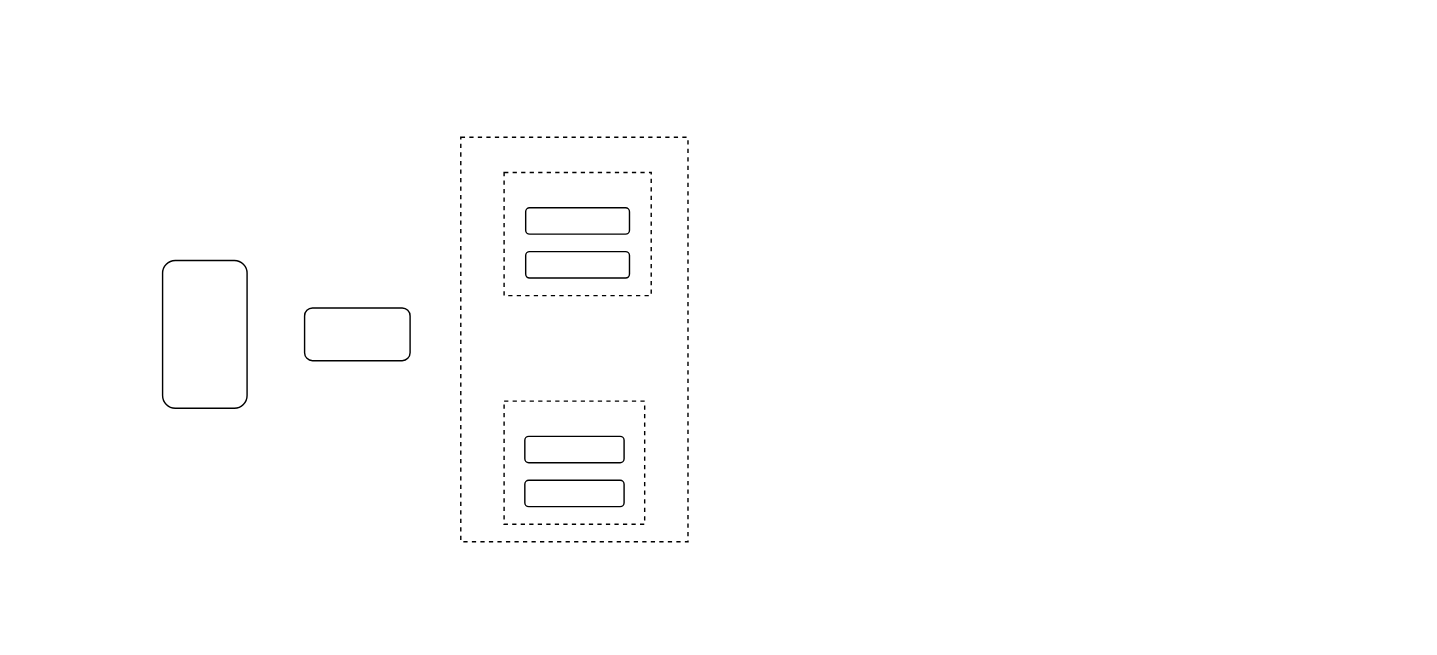
This is Untitled Diagram.drawio from kottapar/blue-green, a draw.io file, before an edit. Source tidied: cells renumbered, new cells numbered last; positions are measured from the earlier drawing's top-left corner, leaving out a move shared by most shapes. Both pictures are drawn from the tidied source at 142%, with x=0, y=0 at pixel (162, 136). Pictures stored in the file or linked from it are replaced by grey dashed boxes.
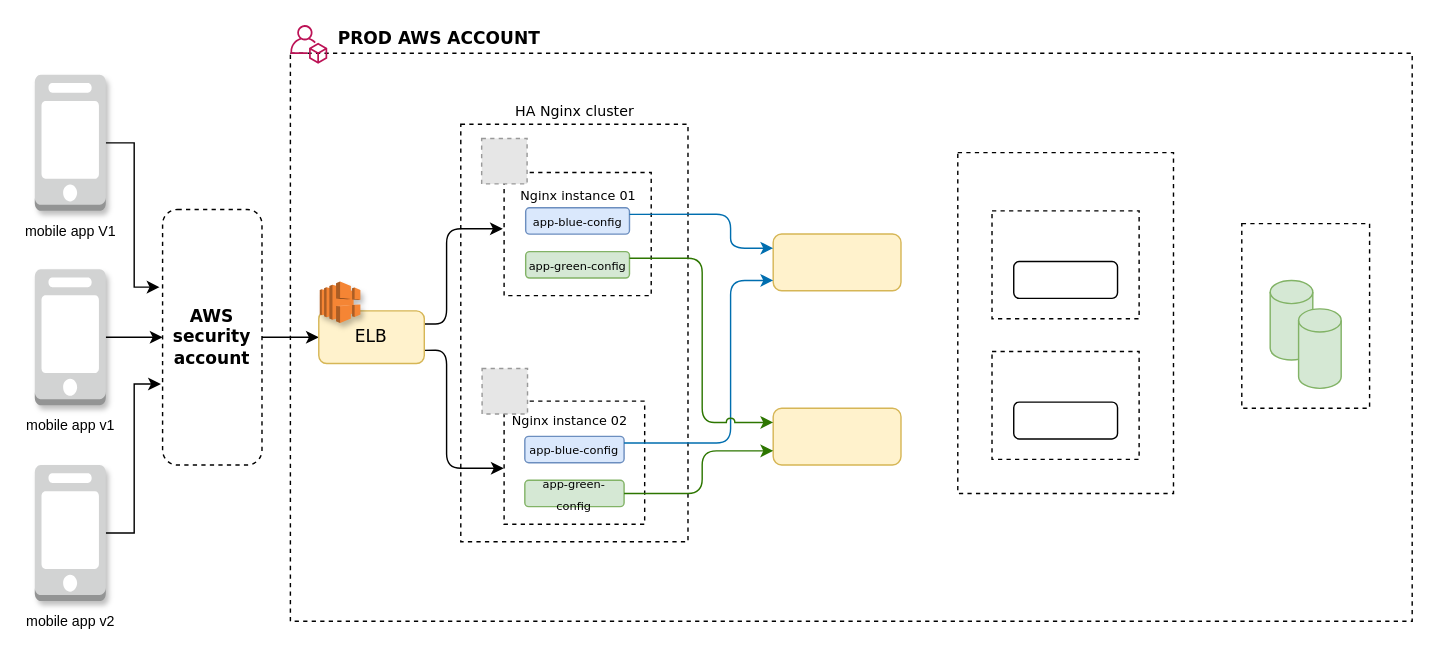
Above is the later version.

The change refers to these unchanged cells:
```xml
<mxCell id="4" style="group;" parent="1" vertex="1">
  <mxGeometry x="240.5" y="186" width="99" height="86.7" as="geometry" />
</mxCell>
<mxCell id="5" style="rounded=0;whiteSpace=wrap;html=1;dashed=1;strokeWidth=1;perimeterSpacing=0;fillColor=none;" parent="4" vertex="1">
  <mxGeometry width="99" height="86.7" as="geometry" />
</mxCell>
```

What changed in the source:
```diff
@@
+    <mxCell id="12" style="rounded=0;whiteSpace=wrap;html=1;dashed=1;strokeWidth=1;fillColor=none;" parent="1" vertex="1">
+      <mxGeometry x="560" y="11" width="151.9" height="240" as="geometry" />
+    </mxCell>
+    <mxCell id="11" style="rounded=0;whiteSpace=wrap;html=1;dashed=1;strokeWidth=1;fillColor=none;" parent="1" vertex="1">
+      <mxGeometry x="210" y="-9" width="160" height="294" as="geometry" />
+    </mxCell>
+    <mxCell id="13" style="edgeStyle=orthogonalEdgeStyle;rounded=0;jettySize=auto;html=1;" parent="1" edge="1" source="2" target="3">
+      <mxGeometry relative="1" as="geometry" />
+    </mxCell>
-    <mxCell id="2" style="rounded=1;whiteSpace=wrap;html=1;" parent="1" vertex="1">
-      <mxGeometry y="86.9" width="59.5" height="104.1" as="geometry" />
+    <mxCell id="2" value="&lt;font face=&quot;Verdana&quot;&gt;&lt;b&gt;AWS security account&lt;br&gt;&lt;/b&gt;&lt;/font&gt;" style="rounded=1;whiteSpace=wrap;html=1;dashed=1;" parent="1" vertex="1">
+      <mxGeometry y="51" width="70" height="180" as="geometry" />
     </mxCell>
+    <mxCell id="14" style="edgeStyle=orthogonalEdgeStyle;jettySize=auto;html=1;entryX=-0.009;entryY=0.457;entryDx=0;entryDy=0;entryPerimeter=0;exitX=1;exitY=0.25;exitDx=0;exitDy=0;rounded=1;" parent="1" edge="1" source="3" target="8">
+      <mxGeometry relative="1" as="geometry">
+        <Array as="points">
+          <mxPoint x="200" y="132" />
+          <mxPoint x="200" y="65" />
+        </Array>
+      </mxGeometry>
+    </mxCell>
+    <mxCell id="15" style="edgeStyle=orthogonalEdgeStyle;rounded=1;jettySize=auto;html=1;exitX=1;exitY=0.75;exitDx=0;exitDy=0;entryX=-0.003;entryY=0.545;entryDx=0;entryDy=0;entryPerimeter=0;" parent="1" edge="1" source="3" target="5">
+      <mxGeometry relative="1" as="geometry">
+        <Array as="points">
+          <mxPoint x="200" y="150" />
+          <mxPoint x="200" y="233" />
+        </Array>
+      </mxGeometry>
+    </mxCell>
-    <mxCell id="3" style="rounded=1;whiteSpace=wrap;html=1;" parent="1" vertex="1">
-      <mxGeometry x="100" y="120.4" width="74.3" height="37.1" as="geometry" />
+    <mxCell id="3" value="&lt;font face=&quot;Verdana&quot;&gt;ELB&lt;/font&gt;" style="rounded=1;whiteSpace=wrap;html=1;fillColor=#fff2cc;strokeColor=#d6b656;" parent="1" vertex="1">
+      <mxGeometry x="110" y="122.4" width="74.3" height="37.1" as="geometry" />
     </mxCell>
@@
-    <mxCell id="6" style="rounded=1;whiteSpace=wrap;html=1;" parent="4" vertex="1">
+    <mxCell id="6" value="&lt;font style=&quot;font-size: 8px&quot; face=&quot;Verdana&quot;&gt;app-blue-config&lt;/font&gt;" style="rounded=1;whiteSpace=wrap;html=1;fillColor=#dae8fc;strokeColor=#6c8ebf;" parent="4" vertex="1">
       <mxGeometry x="14.6" y="24.8" width="69.9" height="18.6" as="geometry" />
     </mxCell>
-    <mxCell id="7" style="rounded=1;whiteSpace=wrap;html=1;" parent="4" vertex="1">
+    <mxCell id="7" value="&lt;font style=&quot;font-size: 8px&quot; face=&quot;Verdana&quot;&gt;app-green-config&lt;/font&gt;" style="rounded=1;whiteSpace=wrap;html=1;fillColor=#d5e8d4;strokeColor=#82b366;" parent="4" vertex="1">
       <mxGeometry x="14.6" y="55.7" width="69.9" height="18.6" as="geometry" />
     </mxCell>
+    <mxCell id="16" style="rounded=1;whiteSpace=wrap;html=1;fillColor=#fff2cc;strokeColor=#d6b656;" parent="1" vertex="1">
+      <mxGeometry x="430" y="68.3" width="90" height="40" as="geometry" />
+    </mxCell>
+    <mxCell id="17" style="rounded=1;whiteSpace=wrap;html=1;fillColor=#fff2cc;strokeColor=#d6b656;glass=0;shadow=0;" parent="1" vertex="1">
+      <mxGeometry x="430" y="191" width="90" height="40" as="geometry" />
+    </mxCell>
+    <mxCell id="18" style="rounded=0;whiteSpace=wrap;html=1;dashed=1;strokeWidth=1;perimeterSpacing=0;fillColor=none;" parent="1" vertex="1">
+      <mxGeometry x="584.1" y="52" width="103.6" height="76" as="geometry" />
+    </mxCell>
+    <mxCell id="19" style="rounded=1;whiteSpace=wrap;html=1;" parent="1" vertex="1">
+      <mxGeometry x="599.4" y="87.7" width="73.1" height="25.9" as="geometry" />
+    </mxCell>
+    <mxCell id="20" style="rounded=0;whiteSpace=wrap;html=1;dashed=1;strokeWidth=1;perimeterSpacing=0;fillColor=none;" parent="1" vertex="1">
+      <mxGeometry x="584.1" y="151" width="103.6" height="76" as="geometry" />
+    </mxCell>
+    <mxCell id="21" style="rounded=1;whiteSpace=wrap;html=1;" parent="1" vertex="1">
+      <mxGeometry x="599.4" y="186.7" width="73.1" height="25.9" as="geometry" />
+    </mxCell>
+    <mxCell id="22" style="rounded=0;whiteSpace=wrap;html=1;dashed=1;strokeWidth=1;perimeterSpacing=0;fillColor=none;" parent="1" vertex="1">
+      <mxGeometry x="760" y="61" width="90" height="130" as="geometry" />
+    </mxCell>
+    <mxCell id="23" style="group;" parent="1" vertex="1">
+      <mxGeometry x="780" y="101" width="50" height="76" as="geometry" />
+    </mxCell>
+    <mxCell id="24" style="shape=cylinder3;whiteSpace=wrap;html=1;boundedLbl=1;backgroundOutline=1;size=8.166666666666686;strokeWidth=1;fillColor=#d5e8d4;strokeColor=#82b366;" parent="23" vertex="1">
+      <mxGeometry width="30" height="56" as="geometry" />
+    </mxCell>
+    <mxCell id="25" style="shape=cylinder3;whiteSpace=wrap;html=1;boundedLbl=1;backgroundOutline=1;size=8.166666666666686;strokeWidth=1;fillColor=#d5e8d4;strokeColor=#82b366;" parent="23" vertex="1">
+      <mxGeometry x="20" y="20" width="30" height="56" as="geometry" />
+    </mxCell>
+    <mxCell id="26" style="edgeStyle=orthogonalEdgeStyle;rounded=0;jettySize=auto;html=1;entryX=-0.031;entryY=0.304;entryDx=0;entryDy=0;entryPerimeter=0;" parent="1" edge="1" source="27" target="2">
+      <mxGeometry relative="1" as="geometry" />
+    </mxCell>
+    <mxCell id="27" value="&lt;font style=&quot;font-size: 10px&quot;&gt;mobile app V1&lt;/font&gt;" style="outlineConnect=0;dashed=0;verticalLabelPosition=bottom;verticalAlign=top;align=center;html=1;shape=mxgraph.aws3.mobile_client;fillColor=#D2D3D3;gradientColor=none;shadow=1;glass=1;sketch=0;strokeWidth=1;" parent="1" vertex="1">
+      <mxGeometry x="-90" y="-43.8" width="50" height="95.8" as="geometry" />
+    </mxCell>
+    <mxCell id="28" style="edgeStyle=orthogonalEdgeStyle;rounded=0;jettySize=auto;html=1;" parent="1" edge="1" source="29" target="2">
+      <mxGeometry relative="1" as="geometry" />
+    </mxCell>
+    <mxCell id="29" value="&lt;font size=&quot;1&quot;&gt;mobile app v1&lt;br&gt;&lt;/font&gt;" style="outlineConnect=0;dashed=0;verticalLabelPosition=bottom;verticalAlign=top;align=center;html=1;shape=mxgraph.aws3.mobile_client;fillColor=#D2D3D3;gradientColor=none;shadow=1;glass=1;sketch=0;strokeWidth=1;" parent="1" vertex="1">
+      <mxGeometry x="-90" y="93.1" width="50" height="95.8" as="geometry" />
+    </mxCell>
+    <mxCell id="30" style="edgeStyle=orthogonalEdgeStyle;rounded=0;jettySize=auto;html=1;entryX=-0.017;entryY=0.683;entryDx=0;entryDy=0;entryPerimeter=0;" parent="1" edge="1" source="31" target="2">
+      <mxGeometry relative="1" as="geometry" />
+    </mxCell>
+    <mxCell id="31" value="&lt;font style=&quot;font-size: 10px&quot;&gt;mobile app v2&lt;br&gt;&lt;/font&gt;" style="outlineConnect=0;dashed=0;verticalLabelPosition=bottom;verticalAlign=top;align=center;html=1;shape=mxgraph.aws3.mobile_client;fillColor=#D2D3D3;gradientColor=none;shadow=1;glass=1;sketch=0;strokeWidth=1;" parent="1" vertex="1">
+      <mxGeometry x="-90" y="231" width="50" height="95.8" as="geometry" />
+    </mxCell>
+    <mxCell id="32" style="dashed=0;verticalLabelPosition=bottom;verticalAlign=top;align=center;html=1;shape=mxgraph.aws3.elastic_load_balancing;fillColor=#F58534;gradientColor=none;shadow=1;glass=1;sketch=0;strokeWidth=1;" parent="1" vertex="1">
+      <mxGeometry x="110.7" y="101.7" width="28.6" height="29.3" as="geometry" />
+    </mxCell>
+    <mxCell id="33" value="&lt;font style=&quot;font-size: 9px&quot; face=&quot;Verdana&quot;&gt;Nginx instance 02&lt;/font&gt;" style="text;html=1;strokeColor=none;fillColor=none;align=center;verticalAlign=middle;whiteSpace=wrap;rounded=0;shadow=1;glass=1;dashed=1;sketch=0;" parent="1" vertex="1">
+      <mxGeometry x="235.2" y="188.9" width="104.3" height="20" as="geometry" />
+    </mxCell>
+    <mxCell id="34" style="group;" parent="1" vertex="1">
+      <mxGeometry x="223.7" y="11" width="121.1" height="100.7" as="geometry" />
+    </mxCell>
-    <mxCell id="8" style="rounded=0;whiteSpace=wrap;html=1;dashed=1;strokeWidth=1;perimeterSpacing=0;fillColor=none;" parent="1" vertex="1">
-      <mxGeometry x="240.5" y="25" width="103.6" height="86.7" as="geometry" />
+    <mxCell id="8" style="rounded=0;whiteSpace=wrap;html=1;dashed=1;strokeWidth=1;perimeterSpacing=0;fillColor=none;" parent="34" vertex="1">
+      <mxGeometry x="16.8" y="14" width="103.6" height="86.7" as="geometry" />
     </mxCell>
-    <mxCell id="9" style="rounded=1;whiteSpace=wrap;html=1;" parent="1" vertex="1">
-      <mxGeometry x="255.7" y="49.8" width="73.1" height="18.6" as="geometry" />
+    <mxCell id="9" value="&lt;font style=&quot;font-size: 8px&quot; face=&quot;Verdana&quot;&gt;app-blue-config&lt;/font&gt;" style="rounded=1;whiteSpace=wrap;html=1;fillColor=#dae8fc;strokeColor=#6c8ebf;" parent="34" vertex="1">
+      <mxGeometry x="32" y="38.8" width="73.1" height="18.6" as="geometry" />
     </mxCell>
-    <mxCell id="10" style="rounded=1;whiteSpace=wrap;html=1;" parent="1" vertex="1">
-      <mxGeometry x="255.7" y="80.7" width="73.1" height="18.6" as="geometry" />
+    <mxCell id="10" value="&lt;font style=&quot;font-size: 8px&quot; face=&quot;Verdana&quot;&gt;app-green-config&lt;/font&gt;" style="rounded=1;whiteSpace=wrap;html=1;fillColor=#d5e8d4;strokeColor=#82b366;" parent="34" vertex="1">
+      <mxGeometry x="32" y="69.7" width="73.1" height="18.6" as="geometry" />
     </mxCell>
-    <mxCell id="11" style="rounded=0;whiteSpace=wrap;html=1;dashed=1;strokeWidth=1;fillColor=none;" parent="1" vertex="1">
-      <mxGeometry x="210" y="0.2" width="160" height="284.8" as="geometry" />
-    </mxCell>
+    <mxCell id="35" style="fillColor=#E6E6E6;strokeColor=#999999;dashed=1;html=1;verticalAlign=top;verticalLabelPosition=bottom;labelBackgroundColor=#ffffff;" parent="34" vertex="1">
+      <mxGeometry x="1" y="-10" width="32" height="32" as="geometry" />
+    </mxCell>
+    <mxCell id="36" value="&lt;font style=&quot;font-size: 9px&quot; face=&quot;Verdana&quot;&gt;Nginx instance 01&lt;/font&gt;" style="text;html=1;strokeColor=none;fillColor=none;align=center;verticalAlign=middle;whiteSpace=wrap;rounded=0;shadow=1;glass=1;dashed=1;sketch=0;" parent="34" vertex="1">
+      <mxGeometry x="16.8" y="20" width="104.3" height="20" as="geometry" />
+    </mxCell>
+    <mxCell id="37" value="&lt;font style=&quot;font-size: 10px&quot; face=&quot;Verdana&quot;&gt;HA Nginx cluster&lt;br&gt;&lt;/font&gt;" style="text;html=1;strokeColor=none;fillColor=none;align=center;verticalAlign=middle;whiteSpace=wrap;rounded=0;shadow=1;glass=1;dashed=1;sketch=0;" parent="1" vertex="1">
+      <mxGeometry x="237.6" y="-28" width="104.8" height="20" as="geometry" />
+    </mxCell>
+    <mxCell id="38" style="fillColor=#E6E6E6;strokeColor=#999999;dashed=1;html=1;verticalAlign=top;verticalLabelPosition=bottom;labelBackgroundColor=#ffffff;" parent="1" vertex="1">
+      <mxGeometry x="225" y="163" width="32" height="32" as="geometry" />
+    </mxCell>
+    <mxCell id="39" style="edgeStyle=orthogonalEdgeStyle;rounded=1;jettySize=auto;html=1;exitX=1;exitY=0.25;exitDx=0;exitDy=0;entryX=0;entryY=0.25;entryDx=0;entryDy=0;fillColor=#1ba1e2;strokeColor=#006EAF;jumpStyle=none;" parent="1" edge="1" source="9" target="16">
+      <mxGeometry relative="1" as="geometry">
+        <Array as="points">
+          <mxPoint x="400" y="54" />
+          <mxPoint x="400" y="78" />
+        </Array>
+      </mxGeometry>
+    </mxCell>
+    <mxCell id="40" style="edgeStyle=orthogonalEdgeStyle;rounded=1;jettySize=auto;html=1;exitX=1;exitY=0.25;exitDx=0;exitDy=0;jumpStyle=arc;fillColor=#1ba1e2;strokeColor=#006EAF;" parent="1" edge="1" source="6">
+      <mxGeometry relative="1" as="geometry">
+        <mxPoint x="430" y="101" as="targetPoint" />
+        <Array as="points">
+          <mxPoint x="400" y="215" />
+          <mxPoint x="400" y="101" />
+          <mxPoint x="430" y="101" />
+        </Array>
+      </mxGeometry>
+    </mxCell>
+    <mxCell id="41" style="edgeStyle=orthogonalEdgeStyle;rounded=1;jettySize=auto;html=1;exitX=1;exitY=0.25;exitDx=0;exitDy=0;entryX=0;entryY=0.25;entryDx=0;entryDy=0;jumpStyle=arc;fillColor=#60a917;strokeColor=#2D7600;" parent="1" edge="1" source="10" target="17">
+      <mxGeometry relative="1" as="geometry">
+        <Array as="points">
+          <mxPoint x="380" y="85" />
+          <mxPoint x="380" y="201" />
+        </Array>
+      </mxGeometry>
+    </mxCell>
+    <mxCell id="42" style="edgeStyle=orthogonalEdgeStyle;rounded=1;jettySize=auto;html=1;exitX=1;exitY=0.5;exitDx=0;exitDy=0;entryX=0;entryY=0.75;entryDx=0;entryDy=0;fillColor=#60a917;strokeColor=#2D7600;" parent="1" edge="1" source="7" target="17">
+      <mxGeometry relative="1" as="geometry">
+        <Array as="points">
+          <mxPoint x="380" y="251" />
+          <mxPoint x="380" y="221" />
+        </Array>
+      </mxGeometry>
+    </mxCell>
+    <mxCell id="43" style="rounded=0;whiteSpace=wrap;html=1;shadow=0;glass=0;dashed=1;sketch=0;strokeWidth=1;fillColor=none;" parent="1" vertex="1">
+      <mxGeometry x="90" y="-59" width="790" height="400" as="geometry" />
+    </mxCell>
+    <mxCell id="44" value="&lt;div align=&quot;center&quot;&gt;&lt;b&gt;&lt;font face=&quot;Verdana&quot;&gt;PROD AWS ACCOUNT&lt;/font&gt;&lt;/b&gt;&lt;/div&gt;" style="text;html=1;strokeColor=none;fillColor=none;align=center;verticalAlign=middle;whiteSpace=wrap;rounded=0;shadow=0;glass=0;dashed=1;sketch=0;" parent="1" vertex="1">
+      <mxGeometry x="120" y="-79" width="150" height="20" as="geometry" />
+    </mxCell>
+    <mxCell id="45" style="fontColor=#232F3E;gradientColor=none;fillColor=#BC1356;strokeColor=none;dashed=0;verticalLabelPosition=bottom;verticalAlign=top;align=center;html=1;fontSize=12;fontStyle=0;shape=mxgraph.aws4.organizations_account;rounded=1;shadow=0;glass=0;sketch=0;" parent="1" vertex="1">
+      <mxGeometry x="90" y="-79" width="26" height="27.4" as="geometry" />
+    </mxCell>
```
